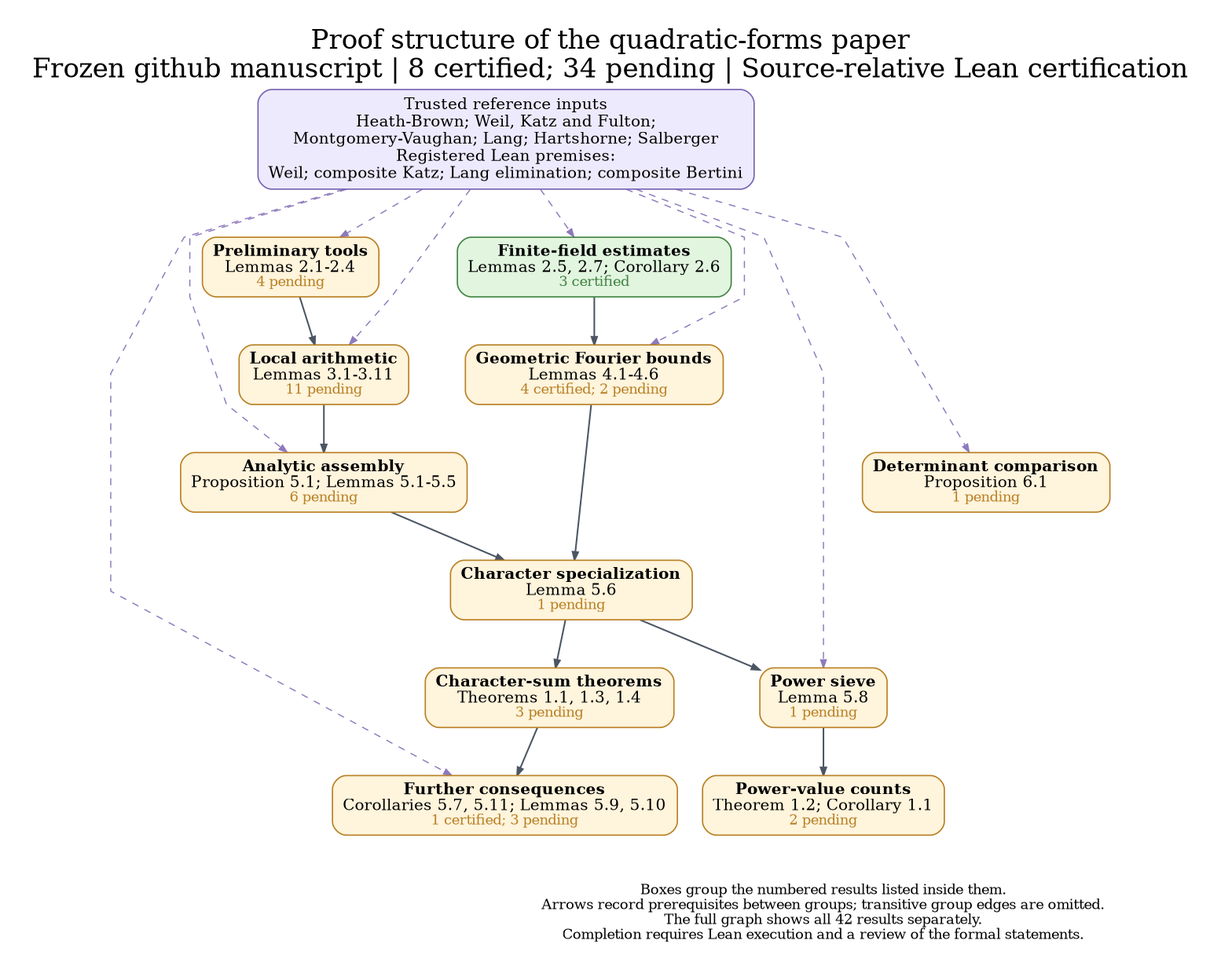
Earlier version of the Graphviz export docs/dependency_overview.png (nicolasrobles/quaternary-quadratic-forms). Its source is kept beside it as docs/dependency_overview.dot.
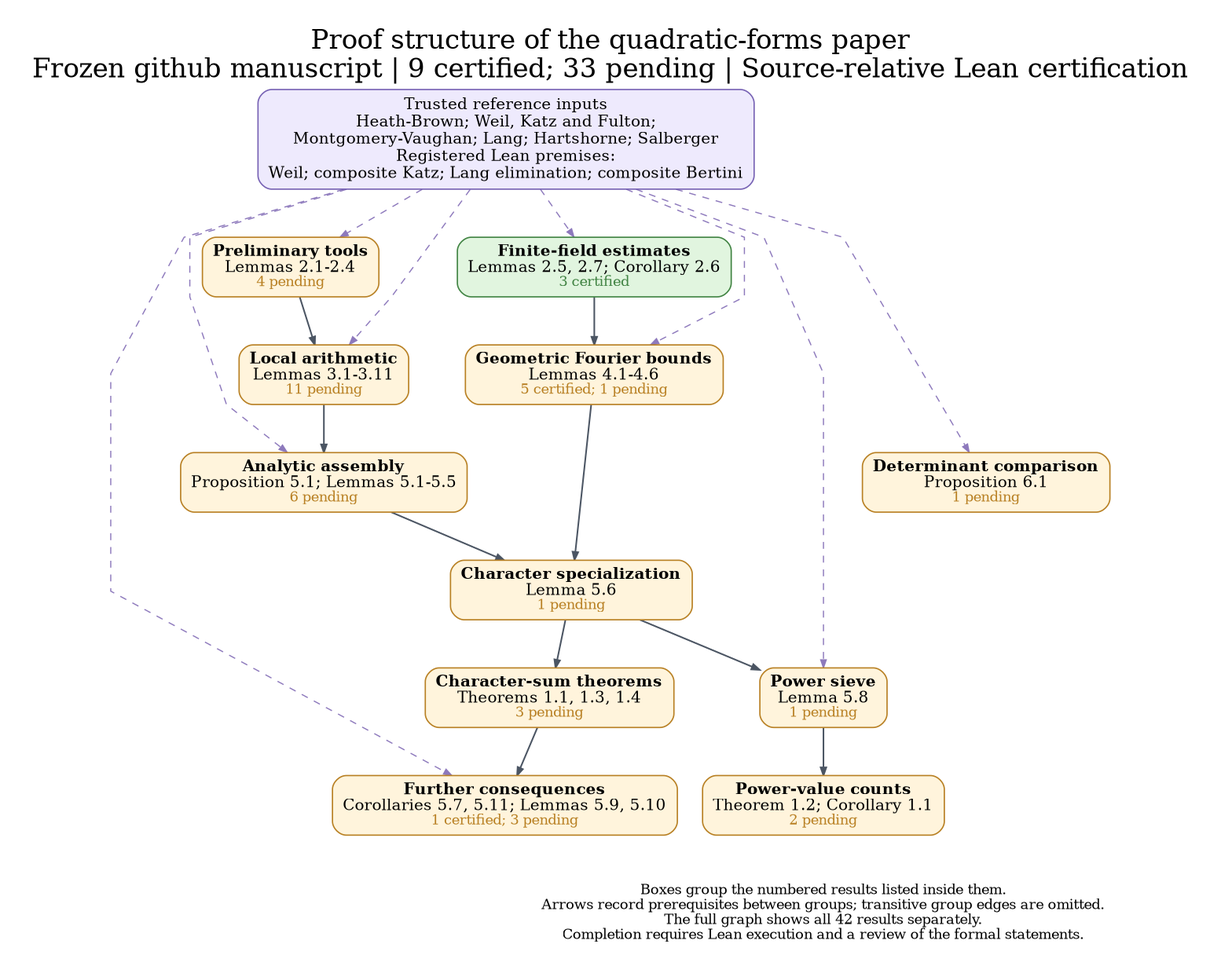
The same file after the commit.

Change to the diagram source:
```diff
@@ -1,7 +1,7 @@
 digraph Overview {
 graph [rankdir=TB, newrank=true, compound=true, outputorder=edgesfirst,
   bgcolor="white", fontname="DejaVu Serif", fontsize=23, labelloc=t,
-  label="Proof structure of the quadratic-forms paper\nFrozen github manuscript | 8 certified; 34 pending | Source-relative Lean certification",
+  label="Proof structure of the quadratic-forms paper\nFrozen github manuscript | 9 certified; 33 pending | Source-relative Lean certification",
   nodesep=0.30, ranksep=0.58, pad=0.28, splines=polyline];
 node [shape=box, style="rounded,filled", fillcolor="#fff4dc", color="#b88023",
   fontname="DejaVu Serif", fontsize=14, penwidth=1.15, margin="0.12,0.09"];
@@ -10,7 +10,7 @@
 "prelim" [label=<<B>Preliminary tools</B><BR/>Lemmas 2.1-2.4<BR/><FONT POINT-SIZE="12" COLOR="#b88023">4 pending</FONT>>, fillcolor="#fff4dc", color="#b88023", URL="https://github.com/nicolasrobles/quaternary-quadratic-forms/blob/main/INVENTORY.md", target="_blank"];
 "finite" [label=<<B>Finite-field estimates</B><BR/>Lemmas 2.5, 2.7; Corollary 2.6<BR/><FONT POINT-SIZE="12" COLOR="#408342">3 certified</FONT>>, fillcolor="#e1f5df", color="#408342", URL="https://github.com/nicolasrobles/quaternary-quadratic-forms/blob/main/INVENTORY.md", target="_blank"];
 "local" [label=<<B>Local arithmetic</B><BR/>Lemmas 3.1-3.11<BR/><FONT POINT-SIZE="12" COLOR="#b88023">11 pending</FONT>>, fillcolor="#fff4dc", color="#b88023", URL="https://github.com/nicolasrobles/quaternary-quadratic-forms/blob/main/INVENTORY.md", target="_blank"];
-"fourier" [label=<<B>Geometric Fourier bounds</B><BR/>Lemmas 4.1-4.6<BR/><FONT POINT-SIZE="12" COLOR="#b88023">4 certified; 2 pending</FONT>>, fillcolor="#fff4dc", color="#b88023", URL="https://github.com/nicolasrobles/quaternary-quadratic-forms/blob/main/INVENTORY.md", target="_blank"];
+"fourier" [label=<<B>Geometric Fourier bounds</B><BR/>Lemmas 4.1-4.6<BR/><FONT POINT-SIZE="12" COLOR="#b88023">5 certified; 1 pending</FONT>>, fillcolor="#fff4dc", color="#b88023", URL="https://github.com/nicolasrobles/quaternary-quadratic-forms/blob/main/INVENTORY.md", target="_blank"];
 "analytic" [label=<<B>Analytic assembly</B><BR/>Proposition 5.1; Lemmas 5.1-5.5<BR/><FONT POINT-SIZE="12" COLOR="#b88023">6 pending</FONT>>, fillcolor="#fff4dc", color="#b88023", URL="https://github.com/nicolasrobles/quaternary-quadratic-forms/blob/main/INVENTORY.md", target="_blank"];
 "characters" [label=<<B>Character specialization</B><BR/>Lemma 5.6<BR/><FONT POINT-SIZE="12" COLOR="#b88023">1 pending</FONT>>, fillcolor="#fff4dc", color="#b88023", URL="https://github.com/nicolasrobles/quaternary-quadratic-forms/blob/main/INVENTORY.md", target="_blank"];
 "sieve" [label=<<B>Power sieve</B><BR/>Lemma 5.8<BR/><FONT POINT-SIZE="12" COLOR="#b88023">1 pending</FONT>>, fillcolor="#fff4dc", color="#b88023", URL="https://github.com/nicolasrobles/quaternary-quadratic-forms/blob/main/INVENTORY.md", target="_blank"];
```
